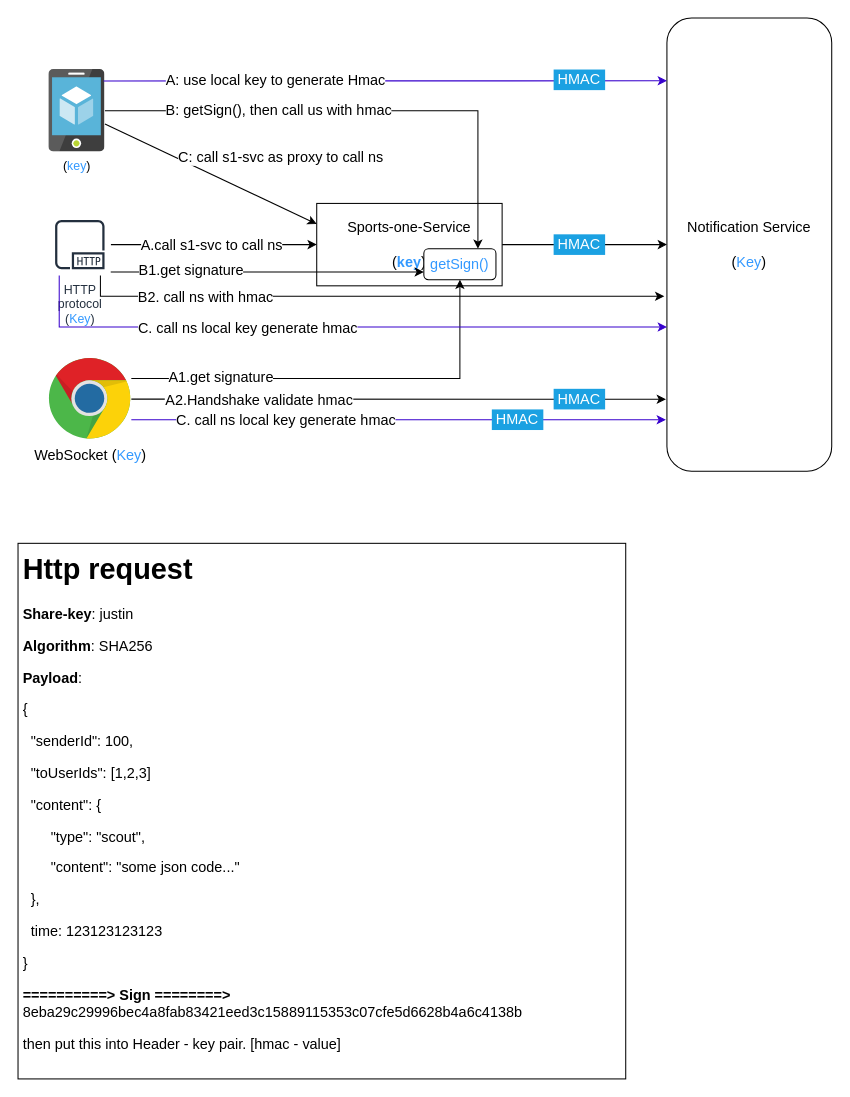
The draw.io diagram page "HMAC" (4 of 4) of architecture/Auth.drawio in bayern01kahn/Tech_Diagrams, before the edit. Source tidied: cells renumbered, new cells numbered last; positions are measured from the earlier drawing's top-left corner, leaving out a move shared by most shapes. Both pictures are drawn from the tidied source at 103%, with x=0, y=0 at pixel (18, 18).
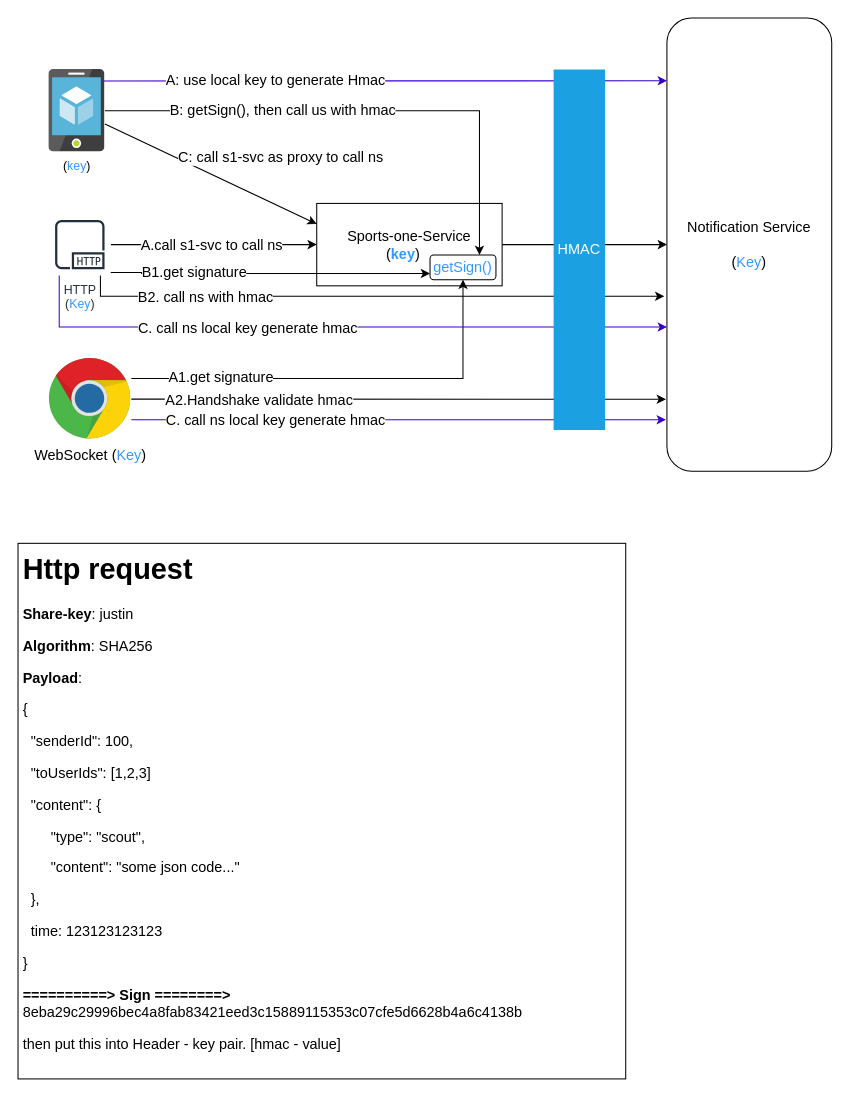
Above is the later version.

Unchanged cells that the change refers to:
```xml
<mxCell id="2" value="&lt;font color=&quot;#000000&quot;&gt;(&lt;/font&gt;&lt;font color=&quot;#3399ff&quot;&gt;key&lt;/font&gt;&lt;font color=&quot;#000000&quot;&gt;)&lt;/font&gt;" style="sketch=0;html=1;points=[];align=center;image;fontSize=12;image=img/lib/mscae/App_Service_Mobile_App.svg;fontColor=#00CC00;" parent="1" vertex="1">
  <mxGeometry x="30" y="50" width="54.4" height="80" as="geometry" />
</mxCell>
<mxCell id="15" value="WebSocket (&lt;font color=&quot;#3399ff&quot;&gt;Key&lt;/font&gt;)" style="dashed=0;outlineConnect=0;html=1;align=center;labelPosition=center;verticalLabelPosition=bottom;verticalAlign=top;shape=mxgraph.weblogos.chrome;fontSize=14;fontColor=#000000;" parent="1" vertex="1">
  <mxGeometry x="30" y="330" width="80" height="80" as="geometry" />
</mxCell>
<mxCell id="31" style="endArrow=classic;html=1;rounded=0;fontSize=14;fontColor=#3399FF;strokeColor=#3700CC;strokeWidth=1;fillColor=#6a00ff;edgeStyle=orthogonalEdgeStyle;" parent="1" edge="1" source="15">
  <mxGeometry relative="1" as="geometry">
    <mxPoint x="629" y="390" as="targetPoint" />
    <Array as="points">
      <mxPoint x="629" y="390" />
    </Array>
  </mxGeometry>
</mxCell>
```

The edit, as a diff of the source:
```diff
@@
-    <mxCell id="4" value="&lt;font color=&quot;#000000&quot;&gt;Sports-one-Service&lt;br&gt;&lt;br&gt;(&lt;/font&gt;&lt;font color=&quot;#3399ff&quot;&gt;&lt;b&gt;key&lt;/b&gt;&lt;/font&gt;&lt;font color=&quot;#000000&quot;&gt;)&lt;/font&gt;" style="rounded=0;whiteSpace=wrap;html=1;fontSize=14;fontColor=#00CC00;" parent="1" vertex="1">
+    <mxCell id="4" value="&lt;font color=&quot;#000000&quot;&gt;Sports-one-Service&lt;br&gt;&amp;nbsp; &amp;nbsp; &amp;nbsp; (&lt;/font&gt;&lt;font color=&quot;#3399ff&quot;&gt;&lt;b&gt;key&lt;/b&gt;&lt;/font&gt;&lt;font color=&quot;#000000&quot;&gt;)&amp;nbsp; &amp;nbsp; &amp;nbsp; &amp;nbsp; &amp;nbsp;&lt;/font&gt;" style="rounded=0;whiteSpace=wrap;html=1;fontSize=14;fontColor=#00CC00;" parent="1" vertex="1">
       <mxGeometry x="290" y="180" width="180" height="80" as="geometry" />
     </mxCell>
@@
     <mxCell id="8" style="endArrow=classic;html=1;rounded=0;fontSize=14;fontColor=#3399FF;strokeColor=#000000;strokeWidth=1;fillColor=#00CC00;entryX=0.75;entryY=0;entryDx=0;entryDy=0;edgeStyle=orthogonalEdgeStyle;" parent="1" edge="1" source="2" target="19">
       <mxGeometry relative="1" as="geometry">
         <Array as="points">
-          <mxPoint x="447" y="90" />
+          <mxPoint x="448" y="90" />
         </Array>
       </mxGeometry>
     </mxCell>
@@
-    <mxCell id="14" value="HTTP&lt;br&gt;protocol&lt;br&gt;(&lt;font color=&quot;#3399ff&quot;&gt;Key&lt;/font&gt;)" style="sketch=0;outlineConnect=0;fontColor=#232F3E;gradientColor=none;strokeColor=#232F3E;fillColor=#ffffff;dashed=0;verticalLabelPosition=bottom;verticalAlign=top;align=center;html=1;fontSize=12;fontStyle=0;shape=mxgraph.aws4.resourceIcon;resIcon=mxgraph.aws4.http_protocol;" parent="1" vertex="1">
+    <mxCell id="14" value="HTTP&lt;br&gt;(&lt;font color=&quot;#3399ff&quot;&gt;Key&lt;/font&gt;)" style="sketch=0;outlineConnect=0;fontColor=#232F3E;gradientColor=none;strokeColor=#232F3E;fillColor=#ffffff;dashed=0;verticalLabelPosition=bottom;verticalAlign=top;align=center;html=1;fontSize=12;fontStyle=0;shape=mxgraph.aws4.resourceIcon;resIcon=mxgraph.aws4.http_protocol;" parent="1" vertex="1">
       <mxGeometry x="30" y="190" width="60" height="60" as="geometry" />
     </mxCell>
@@
     <mxCell id="17" style="endArrow=classic;html=1;rounded=0;fontSize=14;fontColor=#3399FF;strokeColor=#000000;strokeWidth=1;fillColor=#00CC00;entryX=0.5;entryY=1;entryDx=0;entryDy=0;edgeStyle=orthogonalEdgeStyle;" parent="1" edge="1" source="15" target="19">
       <mxGeometry relative="1" as="geometry">
         <Array as="points">
-          <mxPoint x="429" y="350" />
+          <mxPoint x="432" y="350" />
         </Array>
       </mxGeometry>
     </mxCell>
     <mxCell id="18" value="&lt;font color=&quot;#000000&quot;&gt;A1.get signature&lt;/font&gt;" style="edgeLabel;html=1;align=center;verticalAlign=middle;fontSize=14;fontColor=#3399FF;" parent="17" vertex="1">
       <mxGeometry x="-0.03" y="1" relative="1" as="geometry">
-        <mxPoint x="-115" y="-1" as="offset" />
+        <mxPoint x="-117" y="-1" as="offset" />
       </mxGeometry>
     </mxCell>
     <mxCell id="19" value="getSign()" style="rounded=1;whiteSpace=wrap;html=1;fontSize=14;fontColor=#3399FF;strokeColor=default;fillColor=default;" parent="1" vertex="1">
-      <mxGeometry x="394" y="224" width="70" height="30" as="geometry" />
+      <mxGeometry x="400" y="230" width="64" height="24" as="geometry" />
     </mxCell>
@@
-    <mxCell id="22" value="HMAC" style="rounded=0;whiteSpace=wrap;html=1;fontSize=14;strokeColor=none;fillColor=#1ba1e2;fontColor=#ffffff;" parent="1" vertex="1">
-      <mxGeometry x="520" y="50" width="50" height="20" as="geometry" />
-    </mxCell>
-    <mxCell id="23" value="HMAC" style="rounded=0;whiteSpace=wrap;html=1;fontSize=14;strokeColor=none;fillColor=#1ba1e2;fontColor=#ffffff;" parent="1" vertex="1">
-      <mxGeometry x="520" y="210" width="50" height="20" as="geometry" />
-    </mxCell>
-    <mxCell id="24" value="HMAC" style="rounded=0;whiteSpace=wrap;html=1;fontSize=14;strokeColor=none;fillColor=#1ba1e2;fontColor=#ffffff;" parent="1" vertex="1">
-      <mxGeometry x="520" y="360" width="50" height="20" as="geometry" />
-    </mxCell>
@@
     <mxCell id="29" style="endArrow=classic;html=1;rounded=0;fontSize=14;fontColor=#000000;strokeColor=#3700CC;strokeWidth=1;fillColor=#6a00ff;edgeStyle=orthogonalEdgeStyle;" parent="1" edge="1" source="14">
       <mxGeometry relative="1" as="geometry">
         <mxPoint x="630" y="300" as="targetPoint" />
         <Array as="points">
           <mxPoint x="40" y="300" />
-          <mxPoint x="630" y="300" />
         </Array>
       </mxGeometry>
     </mxCell>
@@
     <mxCell id="32" value="&lt;span style=&quot;color: rgb(0 , 0 , 0)&quot;&gt;C. call ns local key generate hmac&lt;/span&gt;" style="edgeLabel;html=1;align=center;verticalAlign=middle;fontSize=14;fontColor=#3399FF;" parent="31" vertex="1">
       <mxGeometry x="-0.12" relative="1" as="geometry">
-        <mxPoint x="-79" as="offset" />
+        <mxPoint x="-89" as="offset" />
       </mxGeometry>
     </mxCell>
-    <mxCell id="33" value="HMAC" style="rounded=0;whiteSpace=wrap;html=1;fontSize=14;strokeColor=none;fillColor=#1ba1e2;fontColor=#ffffff;" parent="1" vertex="1">
-      <mxGeometry x="460" y="380" width="50" height="20" as="geometry" />
-    </mxCell>
+    <mxCell id="22" value="HMAC" style="rounded=0;whiteSpace=wrap;html=1;fontSize=14;strokeColor=none;fillColor=#1ba1e2;fontColor=#ffffff;" parent="1" vertex="1">
+      <mxGeometry x="520" y="50" width="50" height="350" as="geometry" />
+    </mxCell>
```
